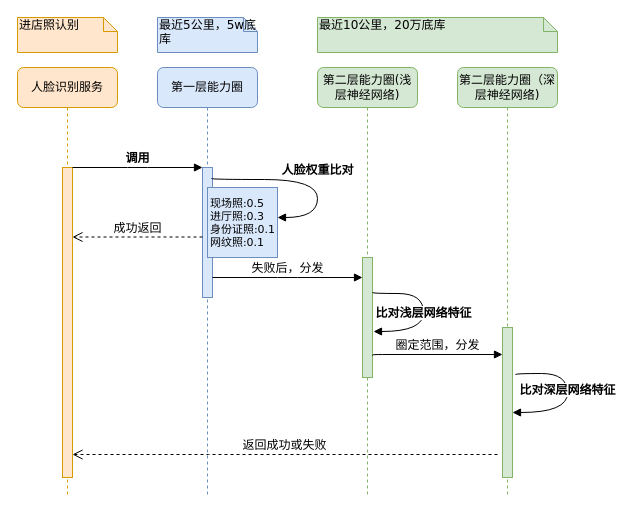
xiaoxinyi/draw-io keeps this draw.io diagram as Sequence Diagram.drawio. Above is the earlier version. Source tidied: cells renumbered, new cells numbered last; positions are measured from the earlier drawing's top-left corner, leaving out a move shared by most shapes. Both pictures are drawn from the tidied source at 100%, with x=0, y=0 at pixel (17, 17).
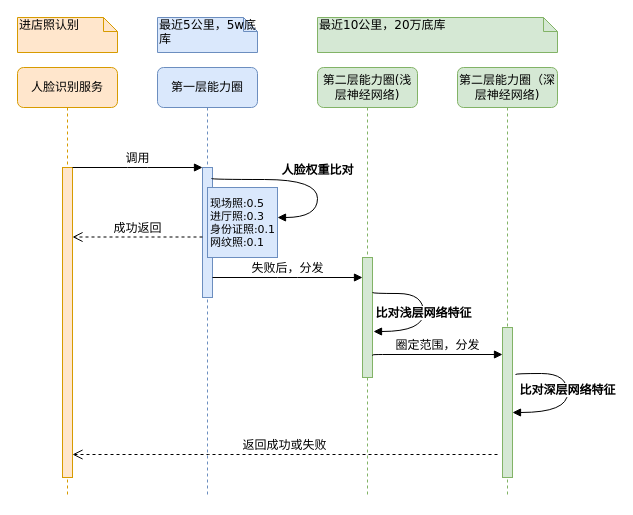
Above is the later version.

The change refers to these unchanged cells:
```xml
<mxCell id="3" style="html=1;points=[];perimeter=orthogonalPerimeter;rounded=0;shadow=0;comic=0;labelBackgroundColor=none;strokeColor=#6c8ebf;strokeWidth=1;fillColor=#dae8fc;fontFamily=Verdana;fontSize=12;align=center;" parent="2" vertex="1">
  <mxGeometry x="45" y="100" width="10" height="130" as="geometry" />
</mxCell>
<mxCell id="8" style="html=1;points=[];perimeter=orthogonalPerimeter;rounded=0;shadow=0;comic=0;labelBackgroundColor=none;strokeColor=#d79b00;strokeWidth=1;fillColor=#ffe6cc;fontFamily=Verdana;fontSize=12;align=center;" parent="7" vertex="1">
  <mxGeometry x="45" y="100" width="10" height="310" as="geometry" />
</mxCell>
```

What changed in the source:
```diff
@@
-    <mxCell id="11" value="&lt;b&gt;调用&lt;/b&gt;" style="html=1;verticalAlign=bottom;endArrow=block;entryX=0;entryY=0;labelBackgroundColor=none;fontFamily=Verdana;fontSize=12;edgeStyle=elbowEdgeStyle;elbow=vertical;" parent="1" edge="1" source="8" target="3">
+    <mxCell id="11" value="调用" style="html=1;verticalAlign=bottom;endArrow=block;entryX=0;entryY=0;labelBackgroundColor=none;fontFamily=Verdana;fontSize=12;edgeStyle=elbowEdgeStyle;elbow=vertical;" parent="1" edge="1" source="8" target="3">
       <mxGeometry relative="1" as="geometry" />
     </mxCell>
```
